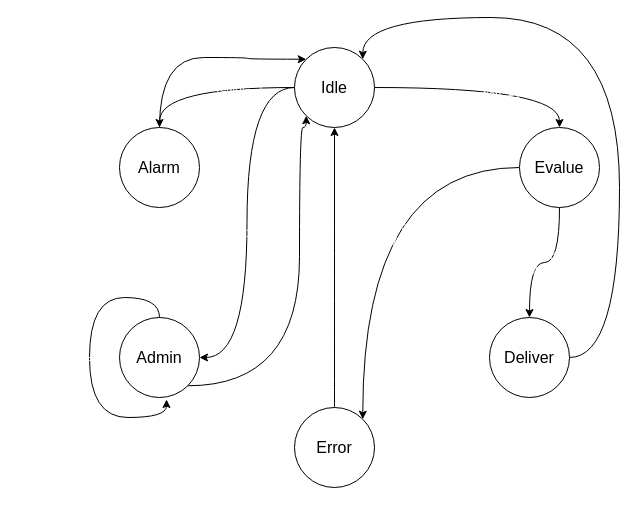
The draw.io diagram docs/FSM.drawio in ToderitaTeodor/Verilog_Vending_Machine, before the edit. Source tidied: cells renumbered, new cells numbered last; positions are measured from the earlier drawing's top-left corner, leaving out a move shared by most shapes. Both pictures are drawn from the tidied source at 100%, with x=0, y=0 at pixel (89, 17).
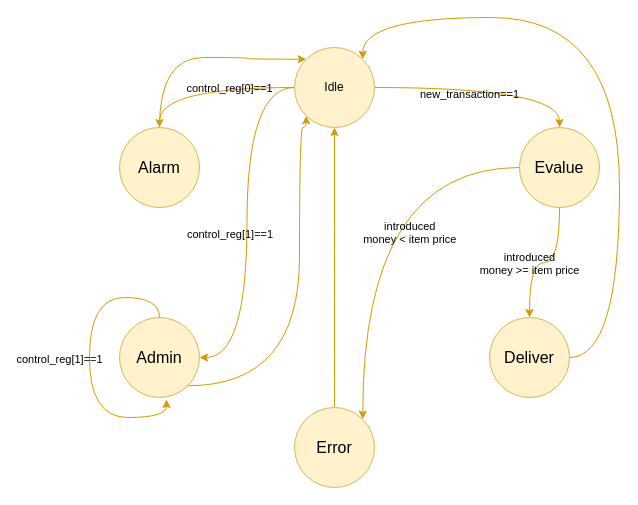
Above is the later version.

Commit message (it also covers changes not shown here):
docs: change diagram color

Change to the diagram source:
```diff
@@
-    <mxCell id="2" style="edgeStyle=orthogonalEdgeStyle;rounded=0;jettySize=auto;html=1;entryX=0.5;entryY=0;entryDx=0;entryDy=0;curved=1;" parent="1" edge="1" source="8" target="17">
+    <mxCell id="2" style="edgeStyle=orthogonalEdgeStyle;rounded=0;jettySize=auto;entryX=0.5;entryY=0;entryDx=0;entryDy=0;curved=1;fillColor=#ffe6cc;strokeColor=#d79b00;" parent="1" edge="1" source="8" target="17">
       <mxGeometry relative="1" as="geometry" />
     </mxCell>
-    <mxCell id="3" value="control_reg[0]==1" style="edgeLabel;html=1;align=center;verticalAlign=middle;labelBackgroundColor=none;labelBorderColor=none;fontColor=light-dark(#FFFFFF,#FFFFFF);" parent="2" vertex="1">
+    <mxCell id="3" value="control_reg[0]==1" style="edgeLabel;align=center;verticalAlign=middle;labelBackgroundColor=none;labelBorderColor=none;fontColor=#000000;" parent="2" vertex="1">
       <mxGeometry x="-0.22" y="2" relative="1" as="geometry">
-        <mxPoint x="-7" y="-2" as="offset" />
+        <mxPoint x="3" y="-2" as="offset" />
       </mxGeometry>
     </mxCell>
-    <mxCell id="4" style="edgeStyle=orthogonalEdgeStyle;rounded=0;jettySize=auto;html=1;entryX=1;entryY=0.5;entryDx=0;entryDy=0;curved=1;" parent="1" edge="1" source="8" target="15">
+    <mxCell id="4" style="edgeStyle=orthogonalEdgeStyle;rounded=0;jettySize=auto;entryX=1;entryY=0.5;entryDx=0;entryDy=0;curved=1;fillColor=#ffe6cc;strokeColor=#d79b00;" parent="1" edge="1" source="8" target="15">
       <mxGeometry relative="1" as="geometry" />
     </mxCell>
-    <mxCell id="5" value="control_reg[1]==1" style="edgeLabel;html=1;align=center;verticalAlign=middle;labelBackgroundColor=none;labelBorderColor=none;fontColor=light-dark(#FFFFFF,#FFFFFF);" parent="4" vertex="1">
+    <mxCell id="5" value="control_reg[1]==1" style="edgeLabel;align=center;verticalAlign=middle;labelBackgroundColor=none;labelBorderColor=none;fontColor=#000000;" parent="4" vertex="1">
       <mxGeometry x="0.06" y="1" relative="1" as="geometry">
         <mxPoint x="-18" as="offset" />
       </mxGeometry>
     </mxCell>
-    <mxCell id="6" style="edgeStyle=orthogonalEdgeStyle;rounded=0;jettySize=auto;html=1;entryX=0.5;entryY=0;entryDx=0;entryDy=0;curved=1;" parent="1" edge="1" source="8" target="13">
+    <mxCell id="6" style="edgeStyle=orthogonalEdgeStyle;rounded=0;jettySize=auto;entryX=0.5;entryY=0;entryDx=0;entryDy=0;curved=1;fillColor=#ffe6cc;strokeColor=#d79b00;" parent="1" edge="1" source="8" target="13">
       <mxGeometry relative="1" as="geometry" />
     </mxCell>
-    <mxCell id="7" value="new_transaction==1" style="edgeLabel;html=1;align=center;verticalAlign=middle;labelBackgroundColor=none;labelBorderColor=none;fontColor=light-dark(#FFFFFF,#FFFFFF);" parent="6" vertex="1">
+    <mxCell id="7" value="new_transaction==1" style="edgeLabel;align=center;verticalAlign=middle;labelBackgroundColor=none;labelBorderColor=none;fontColor=#000000;" parent="6" vertex="1">
       <mxGeometry x="-0.16" y="-6" relative="1" as="geometry" />
     </mxCell>
-    <mxCell id="8" value="&lt;font style=&quot;font-size: 16px;&quot;&gt;Idle&lt;/font&gt;" style="ellipse;whiteSpace=wrap;html=1;fillColor=light-dark(#FFFFFF,#FFFFFF);strokeColor=light-dark(#000000,#000000);fontColor=light-dark(#000000,#000000);" parent="1" vertex="1">
+    <mxCell id="8" value="Idle" style="ellipse;whiteSpace=wrap;fillColor=#fff2cc;strokeColor=#d6b656;" parent="1" vertex="1">
       <mxGeometry x="205" y="30" width="80" height="80" as="geometry" />
     </mxCell>
-    <mxCell id="9" style="edgeStyle=orthogonalEdgeStyle;rounded=0;jettySize=auto;html=1;curved=1;" parent="1" edge="1" source="13" target="21">
+    <mxCell id="9" style="edgeStyle=orthogonalEdgeStyle;rounded=0;jettySize=auto;curved=1;fillColor=#ffe6cc;strokeColor=#d79b00;" parent="1" edge="1" source="13" target="21">
       <mxGeometry relative="1" as="geometry" />
     </mxCell>
-    <mxCell id="10" value="&lt;div&gt;introduced&lt;/div&gt;&lt;div&gt;money &amp;gt;= item price&lt;/div&gt;" style="edgeLabel;html=1;align=center;verticalAlign=middle;labelBackgroundColor=none;labelBorderColor=none;fontColor=light-dark(#FFFFFF,#FFFFFF);" parent="9" vertex="1">
+    <mxCell id="10" value="introduced&#10;money &gt;= item price" style="edgeLabel;align=center;verticalAlign=middle;labelBackgroundColor=none;labelBorderColor=none;fontColor=#000000;" parent="9" vertex="1">
       <mxGeometry x="-0.1" relative="1" as="geometry">
         <mxPoint x="-22" as="offset" />
       </mxGeometry>
     </mxCell>
-    <mxCell id="11" style="edgeStyle=orthogonalEdgeStyle;rounded=0;jettySize=auto;html=1;entryX=1;entryY=0;entryDx=0;entryDy=0;curved=1;" parent="1" edge="1" source="13" target="19">
+    <mxCell id="11" style="edgeStyle=orthogonalEdgeStyle;rounded=0;jettySize=auto;entryX=1;entryY=0;entryDx=0;entryDy=0;curved=1;fillColor=#ffe6cc;strokeColor=#d79b00;" parent="1" edge="1" source="13" target="19">
       <mxGeometry relative="1" as="geometry" />
     </mxCell>
-    <mxCell id="12" value="&lt;div&gt;introduced&lt;/div&gt;&lt;div&gt;money &amp;lt; item price&lt;/div&gt;" style="edgeLabel;html=1;align=center;verticalAlign=middle;labelBackgroundColor=none;labelBorderColor=none;fontColor=light-dark(#FFFFFF,#FFFFFF);" parent="11" vertex="1">
+    <mxCell id="12" value="introduced&#10;money &lt; item price" style="edgeLabel;align=center;verticalAlign=middle;labelBackgroundColor=none;labelBorderColor=none;fontColor=#000000;" parent="11" vertex="1">
       <mxGeometry x="0.08" y="42" relative="1" as="geometry">
         <mxPoint x="5" as="offset" />
       </mxGeometry>
     </mxCell>
-    <mxCell id="13" value="Evalue" style="ellipse;whiteSpace=wrap;html=1;fillColor=light-dark(#FFFFFF,#FFFFFF);strokeColor=light-dark(#000000,#000000);fontColor=light-dark(#000000,#000000);fontSize=16;" parent="1" vertex="1">
+    <mxCell id="13" value="Evalue" style="ellipse;whiteSpace=wrap;fillColor=#fff2cc;strokeColor=#d6b656;fontSize=16;" parent="1" vertex="1">
       <mxGeometry x="430" y="110" width="80" height="80" as="geometry" />
     </mxCell>
-    <mxCell id="14" style="edgeStyle=orthogonalEdgeStyle;rounded=0;jettySize=auto;html=1;entryX=0;entryY=1;entryDx=0;entryDy=0;curved=1;exitX=1;exitY=1;exitDx=0;exitDy=0;" parent="1" edge="1" source="15" target="8">
+    <mxCell id="14" style="edgeStyle=orthogonalEdgeStyle;rounded=0;jettySize=auto;entryX=0;entryY=1;entryDx=0;entryDy=0;curved=1;exitX=1;exitY=1;exitDx=0;exitDy=0;fillColor=#ffe6cc;strokeColor=#d79b00;" parent="1" edge="1" source="15" target="8">
       <mxGeometry relative="1" as="geometry">
         <Array as="points">
           <mxPoint x="210" y="368" />
           <mxPoint x="210" y="110" />
           <mxPoint x="217" y="110" />
         </Array>
       </mxGeometry>
     </mxCell>
-    <mxCell id="15" value="Admin" style="ellipse;whiteSpace=wrap;html=1;fillColor=light-dark(#FFFFFF,#FFFFFF);strokeColor=light-dark(#000000,#000000);fontColor=light-dark(#000000,#000000);fontSize=16;" parent="1" vertex="1">
+    <mxCell id="15" value="Admin" style="ellipse;whiteSpace=wrap;fillColor=#fff2cc;strokeColor=#d6b656;fontSize=16;" parent="1" vertex="1">
       <mxGeometry x="30" y="300" width="80" height="80" as="geometry" />
     </mxCell>
-    <mxCell id="16" style="edgeStyle=orthogonalEdgeStyle;rounded=0;jettySize=auto;html=1;entryX=0;entryY=0;entryDx=0;entryDy=0;curved=1;" parent="1" edge="1" source="17" target="8">
+    <mxCell id="16" style="edgeStyle=orthogonalEdgeStyle;rounded=0;jettySize=auto;entryX=0;entryY=0;entryDx=0;entryDy=0;curved=1;fillColor=#ffe6cc;strokeColor=#d79b00;" parent="1" edge="1" source="17" target="8">
       <mxGeometry relative="1" as="geometry">
         <Array as="points">
           <mxPoint x="70" y="40" />
           <mxPoint x="158" y="40" />
           <mxPoint x="158" y="42" />
         </Array>
       </mxGeometry>
     </mxCell>
-    <mxCell id="17" value="Alarm" style="ellipse;whiteSpace=wrap;html=1;fillStyle=auto;fillColor=light-dark(#FFFFFF,#FFFFFF);strokeColor=light-dark(#000000,#000000);fontColor=light-dark(#000000,#000000);fontSize=16;" parent="1" vertex="1">
+    <mxCell id="17" value="Alarm" style="ellipse;whiteSpace=wrap;fillStyle=auto;fillColor=#fff2cc;strokeColor=#d6b656;fontSize=16;" parent="1" vertex="1">
       <mxGeometry x="30" y="110" width="80" height="80" as="geometry" />
     </mxCell>
-    <mxCell id="18" style="edgeStyle=orthogonalEdgeStyle;rounded=0;jettySize=auto;html=1;entryX=0.5;entryY=1;entryDx=0;entryDy=0;curved=1;" parent="1" edge="1" source="19" target="8">
+    <mxCell id="18" style="edgeStyle=orthogonalEdgeStyle;rounded=0;jettySize=auto;entryX=0.5;entryY=1;entryDx=0;entryDy=0;curved=1;fillColor=#ffe6cc;strokeColor=#d79b00;" parent="1" edge="1" source="19" target="8">
       <mxGeometry relative="1" as="geometry" />
     </mxCell>
-    <mxCell id="19" value="Error" style="ellipse;whiteSpace=wrap;html=1;fillColor=light-dark(#FFFFFF,#FFFFFF);strokeColor=light-dark(#000000,#000000);fontColor=light-dark(#000000,#000000);fontSize=16;" parent="1" vertex="1">
+    <mxCell id="19" value="Error" style="ellipse;whiteSpace=wrap;fillColor=#fff2cc;strokeColor=#d6b656;fontSize=16;" parent="1" vertex="1">
       <mxGeometry x="205" y="390" width="80" height="80" as="geometry" />
     </mxCell>
-    <mxCell id="20" style="edgeStyle=orthogonalEdgeStyle;rounded=0;jettySize=auto;html=1;entryX=1;entryY=0;entryDx=0;entryDy=0;curved=1;" parent="1" edge="1" source="21" target="8">
+    <mxCell id="20" style="edgeStyle=orthogonalEdgeStyle;rounded=0;jettySize=auto;entryX=1;entryY=0;entryDx=0;entryDy=0;curved=1;fillColor=#ffe6cc;strokeColor=#d79b00;" parent="1" edge="1" source="21" target="8">
       <mxGeometry relative="1" as="geometry">
         <Array as="points">
           <mxPoint x="530" y="340" />
           <mxPoint x="530" />
           <mxPoint x="273" />
         </Array>
       </mxGeometry>
     </mxCell>
-    <mxCell id="21" value="Deliver" style="ellipse;whiteSpace=wrap;html=1;fillColor=light-dark(#FFFFFF,#FFFFFF);strokeColor=light-dark(#000000,#000000);fontColor=light-dark(#000000,#000000);fontSize=16;" parent="1" vertex="1">
+    <mxCell id="21" value="Deliver" style="ellipse;whiteSpace=wrap;fillColor=#fff2cc;strokeColor=#d6b656;fontSize=16;" parent="1" vertex="1">
       <mxGeometry x="400" y="300" width="80" height="80" as="geometry" />
     </mxCell>
-    <mxCell id="22" style="edgeStyle=orthogonalEdgeStyle;rounded=0;orthogonalLoop=1;jettySize=auto;html=1;entryX=0.588;entryY=1.025;entryDx=0;entryDy=0;entryPerimeter=0;curved=1;" parent="1" edge="1" source="15" target="15">
+    <mxCell id="22" style="edgeStyle=orthogonalEdgeStyle;rounded=0;orthogonalLoop=1;jettySize=auto;entryX=0.588;entryY=1.025;entryDx=0;entryDy=0;entryPerimeter=0;curved=1;fillColor=#ffe6cc;strokeColor=#d79b00;" parent="1" edge="1" source="15" target="15">
       <mxGeometry relative="1" as="geometry">
         <Array as="points">
           <mxPoint x="70" y="280" />
           <mxPoint y="280" />
           <mxPoint y="400" />
           <mxPoint x="77" y="400" />
         </Array>
       </mxGeometry>
     </mxCell>
-    <mxCell id="23" value="control_reg[1]==1" style="edgeLabel;html=1;align=center;verticalAlign=middle;labelBackgroundColor=none;fontColor=light-dark(#FFFFFF,#FFFFFF);labelBorderColor=none;" parent="22" vertex="1">
+    <mxCell id="23" value="control_reg[1]==1" style="edgeLabel;align=center;verticalAlign=middle;labelBackgroundColor=none;fontColor=#000000;labelBorderColor=none;" parent="22" vertex="1">
       <mxGeometry x="0.03" relative="1" as="geometry">
         <mxPoint x="-30" y="-6" as="offset" />
       </mxGeometry>
     </mxCell>
```
